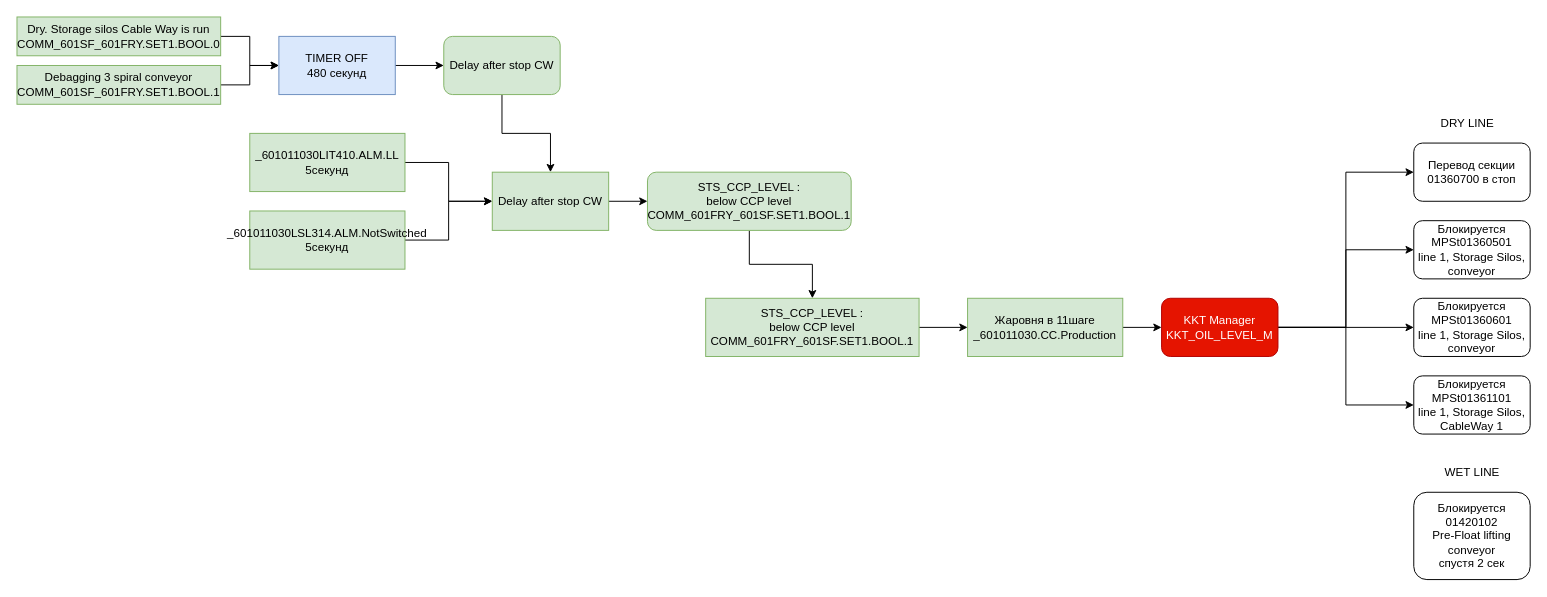
Johnystu/draw_io keeps this draw.io diagram as N01Fry1_KKT.drawio. Above is the earlier version. Source tidied: cells renumbered, new cells numbered last; positions are measured from the earlier drawing's top-left corner, leaving out a move shared by most shapes. Both pictures are drawn from the tidied source at 97%, with x=0, y=0 at pixel (16, 16).
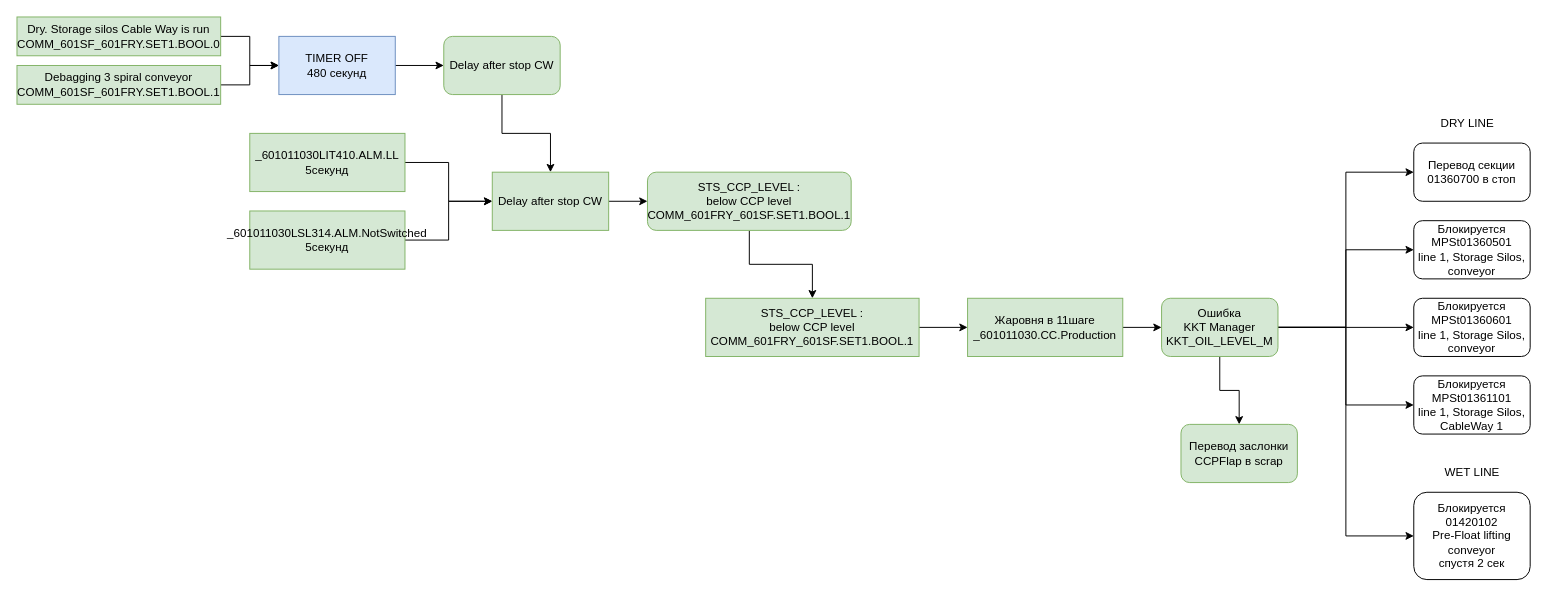
Above is the later version.

Unchanged cells that the change refers to:
```xml
<mxCell id="33" value="&lt;div&gt;Блокируется &lt;br&gt;&lt;/div&gt;&lt;div&gt;01420102&lt;/div&gt;&lt;div&gt;Pre-Float lifting conveyor&lt;/div&gt;&lt;div&gt;спустя 2 сек&lt;br&gt;&lt;/div&gt;" style="rounded=1;whiteSpace=wrap;html=1;" parent="1" vertex="1">
  <mxGeometry x="1440" y="490" width="120" height="90" as="geometry" />
</mxCell>
```

The edit, as a diff of the source:
```diff
@@
+    <mxCell id="34" style="edgeStyle=orthogonalEdgeStyle;rounded=0;jettySize=auto;html=1;exitX=0.5;exitY=1;exitDx=0;exitDy=0;entryX=0.5;entryY=0;entryDx=0;entryDy=0;" parent="1" edge="1" source="8" target="36">
+      <mxGeometry relative="1" as="geometry" />
+    </mxCell>
+    <mxCell id="35" style="edgeStyle=orthogonalEdgeStyle;rounded=0;jettySize=auto;html=1;exitX=1;exitY=0.5;exitDx=0;exitDy=0;entryX=0;entryY=0.5;entryDx=0;entryDy=0;" parent="1" edge="1" source="8" target="33">
+      <mxGeometry relative="1" as="geometry" />
+    </mxCell>
-    <mxCell id="8" value="&lt;div&gt;KKT Manager&lt;/div&gt;&lt;div&gt;KKT_OIL_LEVEL_M&lt;br&gt;&lt;/div&gt;" style="rounded=1;whiteSpace=wrap;html=1;fillColor=#e51400;strokeColor=#B20000;fontColor=#ffffff;" parent="1" vertex="1">
+    <mxCell id="8" value="&lt;div&gt;Ошибка&lt;br&gt;&lt;/div&gt;&lt;div&gt;KKT Manager&lt;/div&gt;&lt;div&gt;KKT_OIL_LEVEL_M&lt;br&gt;&lt;/div&gt;" style="rounded=1;whiteSpace=wrap;html=1;fillColor=#d5e8d4;strokeColor=#82b366;" parent="1" vertex="1">
       <mxGeometry x="1180" y="290" width="120" height="60" as="geometry" />
     </mxCell>
@@
+    <mxCell id="36" value="&lt;div&gt;Перевод заслонки CCPFlap в scrap&lt;br&gt;&lt;/div&gt;" style="rounded=1;whiteSpace=wrap;html=1;fillColor=#d5e8d4;strokeColor=#82b366;" parent="1" vertex="1">
+      <mxGeometry x="1200" y="420" width="120" height="60" as="geometry" />
+    </mxCell>
```
